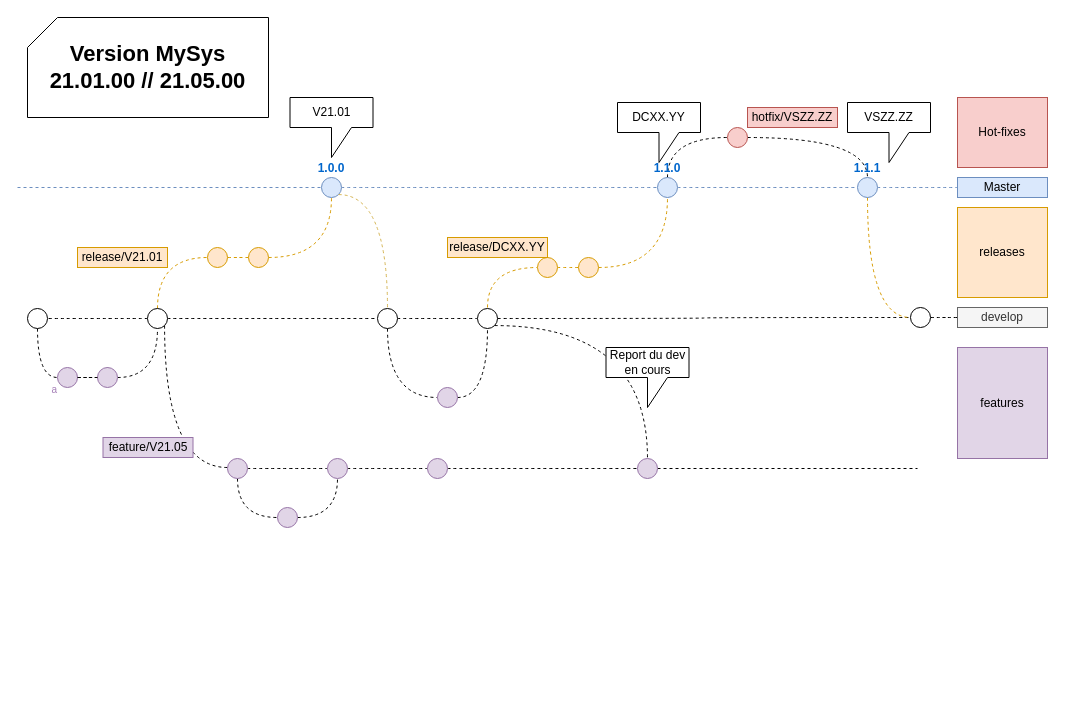
Earlier version of the draw.io diagram page "V21.01 // V21.05" (2 of 3) of Untitled Diagram.drawio (salmen/gitflowdiagram). Source tidied: cells renumbered, new cells numbered last; positions are measured from the earlier drawing's top-left corner, leaving out a move shared by most shapes. Both pictures are drawn from the tidied source at 100%, with x=0, y=0 at pixel (17, 17).
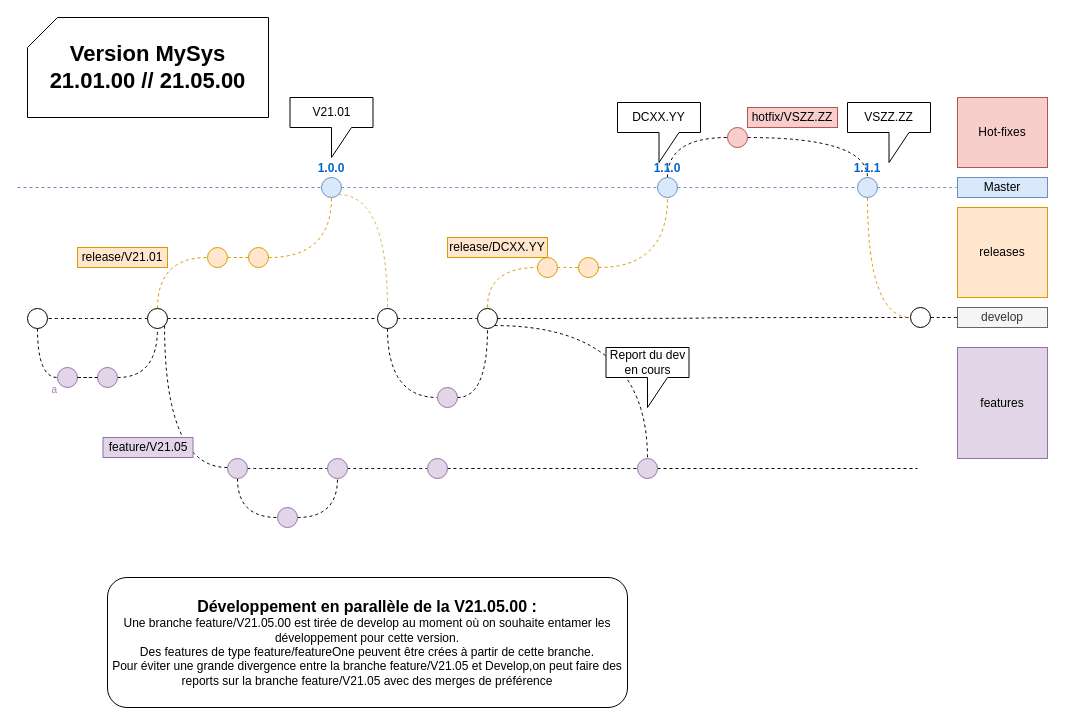
The same page after the edit.

The edit, as a diff of the source:
```diff
@@
+    <mxCell id="73" value="&lt;b&gt;&lt;font style=&quot;font-size: 16px&quot;&gt;Développement en parallèle de la V21.05.00 :&lt;/font&gt;&lt;/b&gt;&lt;br&gt;Une branche feature/V21.05.00 est tirée de develop au moment où on souhaite entamer les développement pour cette version.&lt;br&gt;Des features de type feature/featureOne peuvent être crées à partir de cette branche.&lt;br&gt;Pour éviter une grande divergence entre la branche feature/V21.05 et Develop,on peut faire des reports sur la branche feature/V21.05 avec des merges de préférence" style="rounded=1;whiteSpace=wrap;html=1;" parent="1" vertex="1">
+      <mxGeometry x="90" y="560" width="520" height="130" as="geometry" />
+    </mxCell>
```
